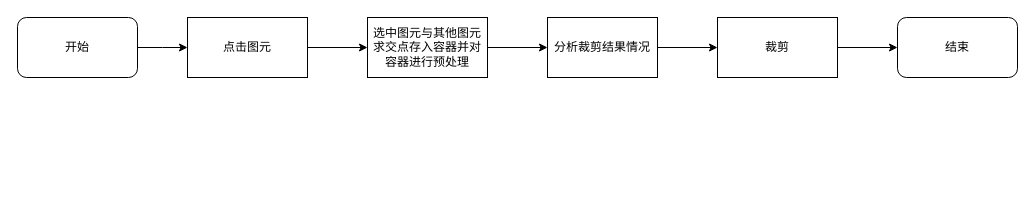
This is 裁剪流程图.drawio from liuhuliuhu123/First-test, a draw.io file, before an edit. Source tidied: cells renumbered, new cells numbered last; positions are measured from the earlier drawing's top-left corner, leaving out a move shared by most shapes. Both pictures are drawn from the tidied source at 100%, with x=0, y=0 at pixel (17, 17).
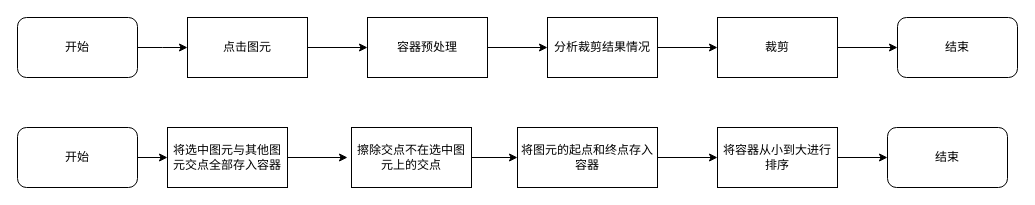
The same page after the edit.

Commit message (it also covers changes not shown here):
更新裁剪流程图.drawio

What changed in the source:
```diff
@@
-    <mxCell id="6" value="选中图元与其他图元求交点存入容器并对容器进行预处理" style="rounded=0;whiteSpace=wrap;html=1;" parent="1" vertex="1">
+    <mxCell id="6" value="容器预处理" style="rounded=0;whiteSpace=wrap;html=1;" parent="1" vertex="1">
       <mxGeometry x="350" width="120" height="60" as="geometry" />
     </mxCell>
@@
     <mxCell id="12" value="结束" style="rounded=1;whiteSpace=wrap;html=1;" parent="1" vertex="1">
-      <mxGeometry x="880" width="120" height="60" as="geometry" />
+      <mxGeometry x="870" y="110" width="120" height="60" as="geometry" />
     </mxCell>
+    <mxCell id="13" value="开始" style="rounded=1;whiteSpace=wrap;html=1;" parent="1" vertex="1">
+      <mxGeometry y="110" width="120" height="60" as="geometry" />
+    </mxCell>
+    <mxCell id="14" value="将选中图元与其他图元交点全部存入容器" style="rounded=0;whiteSpace=wrap;html=1;" parent="1" vertex="1">
+      <mxGeometry x="150" y="110" width="120" height="60" as="geometry" />
+    </mxCell>
+    <mxCell id="15" value="擦除交点不在选中图元上的交点" style="rounded=0;whiteSpace=wrap;html=1;" parent="1" vertex="1">
+      <mxGeometry x="334" y="110" width="120" height="60" as="geometry" />
+    </mxCell>
+    <mxCell id="16" value="将图元的起点和终点存入容器" style="rounded=0;whiteSpace=wrap;html=1;" parent="1" vertex="1">
+      <mxGeometry x="500" y="110" width="140" height="60" as="geometry" />
+    </mxCell>
+    <mxCell id="17" value="将容器从小到大进行排序" style="rounded=0;whiteSpace=wrap;html=1;" parent="1" vertex="1">
+      <mxGeometry x="700" y="110" width="120" height="60" as="geometry" />
+    </mxCell>
+    <mxCell id="18" style="endArrow=classic;html=1;rounded=0;exitX=1;exitY=0.5;exitDx=0;exitDy=0;entryX=0;entryY=0.5;entryDx=0;entryDy=0;" parent="1" edge="1" source="13" target="14">
+      <mxGeometry relative="1" as="geometry" />
+    </mxCell>
+    <mxCell id="19" style="endArrow=classic;html=1;rounded=0;exitX=1;exitY=0.5;exitDx=0;exitDy=0;" parent="1" edge="1" source="14">
+      <mxGeometry relative="1" as="geometry">
+        <mxPoint x="330" y="140" as="targetPoint" />
+      </mxGeometry>
+    </mxCell>
+    <mxCell id="20" style="endArrow=classic;html=1;rounded=0;exitX=1;exitY=0.5;exitDx=0;exitDy=0;entryX=0;entryY=0.5;entryDx=0;entryDy=0;" parent="1" edge="1" source="15" target="16">
+      <mxGeometry relative="1" as="geometry" />
+    </mxCell>
+    <mxCell id="21" style="endArrow=classic;html=1;rounded=0;exitX=1;exitY=0.5;exitDx=0;exitDy=0;entryX=0;entryY=0.5;entryDx=0;entryDy=0;" parent="1" edge="1" source="16" target="17">
+      <mxGeometry relative="1" as="geometry" />
+    </mxCell>
+    <mxCell id="22" style="endArrow=classic;html=1;rounded=0;exitX=1;exitY=0.5;exitDx=0;exitDy=0;entryX=0;entryY=0.5;entryDx=0;entryDy=0;" parent="1" edge="1" source="17">
+      <mxGeometry relative="1" as="geometry">
+        <mxPoint x="870" y="140" as="targetPoint" />
+      </mxGeometry>
+    </mxCell>
+    <mxCell id="23" value="结束" style="rounded=1;whiteSpace=wrap;html=1;" parent="1" vertex="1">
+      <mxGeometry x="880" width="120" height="60" as="geometry" />
+    </mxCell>
```
